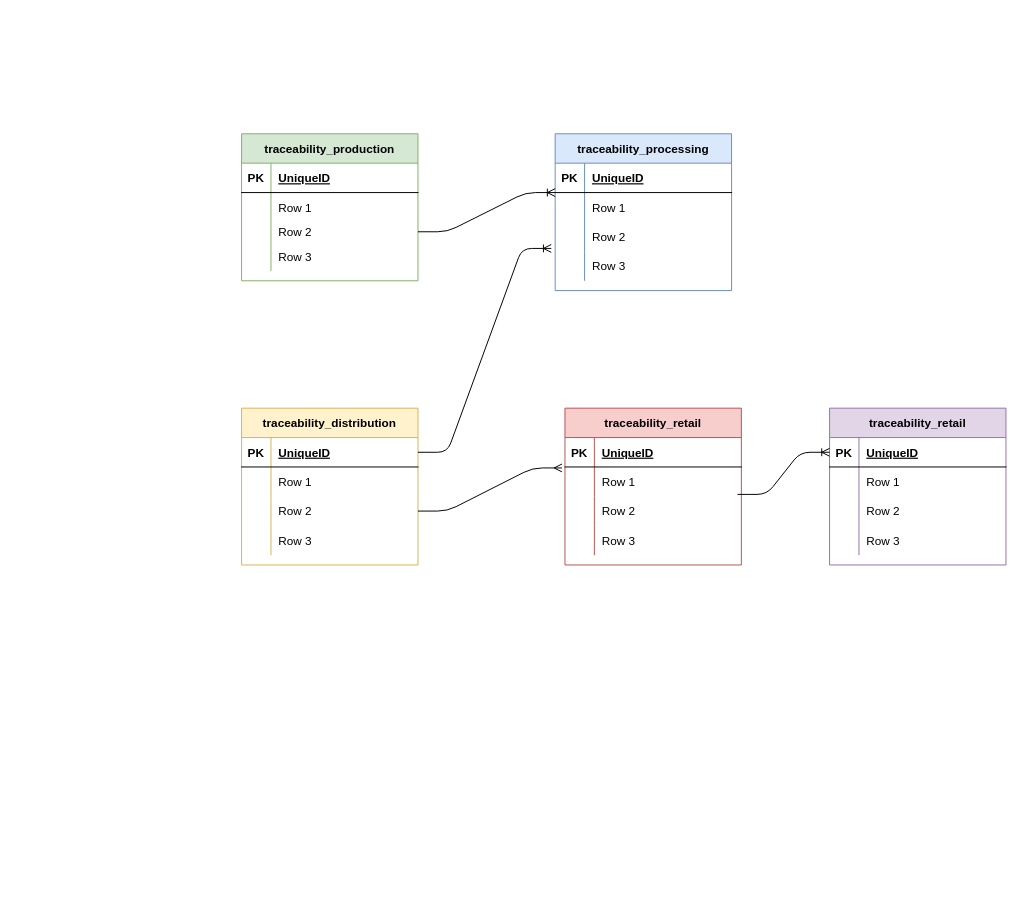
Above: page "Database" (4 of 4) of 801_toi/logo.drawio in letrthong/uhes_visual_programing_iot (draw.io), before the change. Source tidied: cells renumbered, new cells numbered last; positions are measured from the earlier drawing's top-left corner, leaving out a move shared by most shapes. Both pictures are drawn from the tidied source at 98%, with x=0, y=0 at pixel (241, 133).
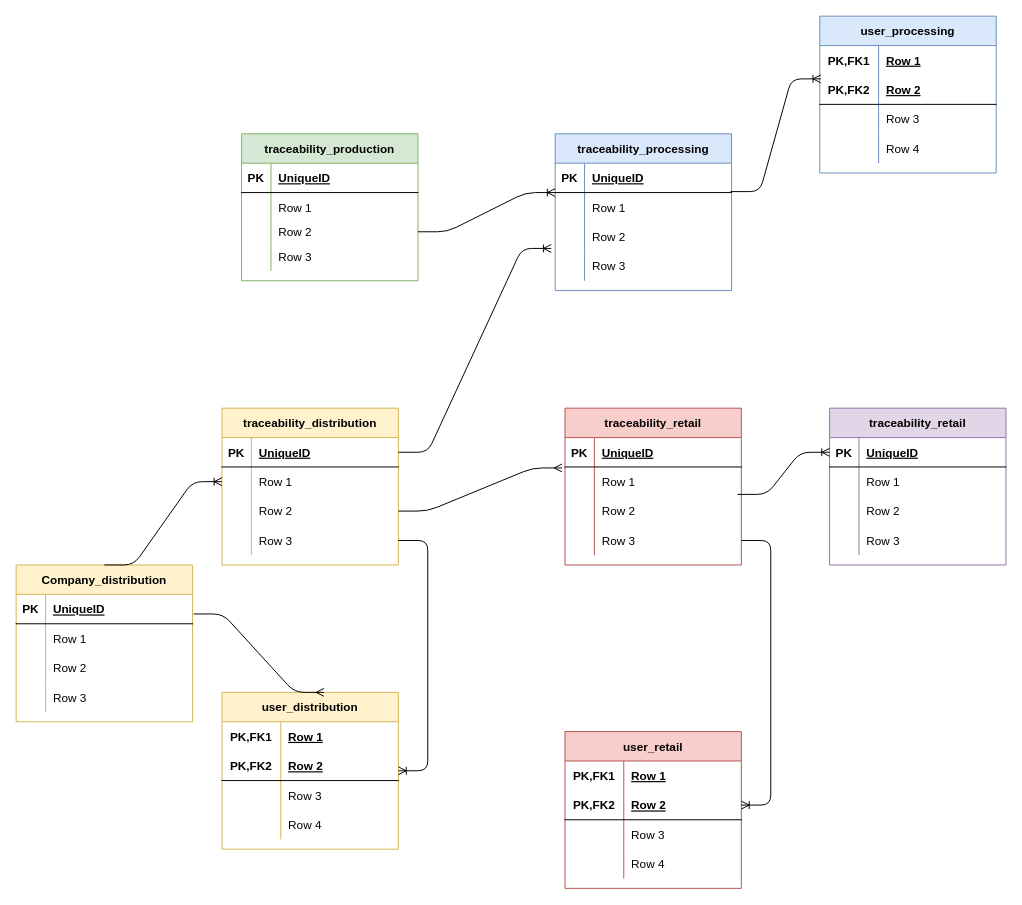
The same diagram, later.

The change refers to these unchanged cells:
```xml
<mxCell id="19" style="shape=partialRectangle;fillColor=none;top=0;left=0;bottom=0;right=0;points=[[0,0.5],[1,0.5]];portConstraint=eastwest;" parent="15" vertex="1">
  <mxGeometry y="60" width="180" height="30" as="geometry" />
</mxCell>
<mxCell id="32" style="shape=partialRectangle;fillColor=none;top=0;left=0;bottom=0;right=0;points=[[0,0.5],[1,0.5]];portConstraint=eastwest;" parent="28" vertex="1">
  <mxGeometry y="60" width="180" height="30" as="geometry" />
</mxCell>
<mxCell id="38" style="shape=partialRectangle;fillColor=none;top=0;left=0;bottom=0;right=0;points=[[0,0.5],[1,0.5]];portConstraint=eastwest;" parent="28" vertex="1">
  <mxGeometry y="120" width="180" height="30" as="geometry" />
</mxCell>
<mxCell id="51" style="shape=partialRectangle;fillColor=none;top=0;left=0;bottom=0;right=0;points=[[0,0.5],[1,0.5]];portConstraint=eastwest;" parent="41" vertex="1">
  <mxGeometry y="120" width="180" height="30" as="geometry" />
</mxCell>
```

Diff of the diagram source:
```diff
@@
     <mxCell id="28" value="traceability_distribution" style="shape=table;startSize=30;childLayout=tableLayout;rowLines=0;fontStyle=1;align=center;fillColor=#fff2cc;strokeColor=#d6b656;" parent="1" vertex="1">
-      <mxGeometry y="280" width="180" height="160" as="geometry" />
+      <mxGeometry x="-20" y="280" width="180" height="160" as="geometry" />
     </mxCell>
@@
+    <mxCell id="71" value="user_processing" style="shape=table;startSize=30;childLayout=tableLayout;rowLines=0;fontStyle=1;align=center;fillColor=#dae8fc;strokeColor=#6c8ebf;" parent="1" vertex="1">
+      <mxGeometry x="590" y="-120" width="180" height="160" as="geometry" />
+    </mxCell>
+    <mxCell id="72" style="shape=partialRectangle;fillColor=none;top=0;left=0;bottom=0;right=0;" parent="71" vertex="1">
+      <mxGeometry y="30" width="180" height="30" as="geometry" />
+    </mxCell>
+    <mxCell id="73" value="PK,FK1" style="shape=partialRectangle;fillColor=none;top=0;left=0;bottom=0;right=0;fontStyle=1;overflow=hidden;" parent="72" vertex="1">
+      <mxGeometry width="60" height="30" as="geometry" />
+    </mxCell>
+    <mxCell id="74" value="Row 1" style="shape=partialRectangle;fillColor=none;top=0;left=0;bottom=0;right=0;align=left;spacingLeft=6;fontStyle=5;overflow=hidden;" parent="72" vertex="1">
+      <mxGeometry x="60" width="120" height="30" as="geometry" />
+    </mxCell>
+    <mxCell id="75" style="shape=partialRectangle;fillColor=none;top=0;left=0;bottom=1;right=0;points=[[0,0.5],[1,0.5]];portConstraint=eastwest;" parent="71" vertex="1">
+      <mxGeometry y="60" width="180" height="30" as="geometry" />
+    </mxCell>
+    <mxCell id="76" value="PK,FK2" style="shape=partialRectangle;fillColor=none;top=0;left=0;bottom=0;right=0;fontStyle=1;overflow=hidden;" parent="75" vertex="1">
+      <mxGeometry width="60" height="30" as="geometry" />
+    </mxCell>
+    <mxCell id="77" value="Row 2" style="shape=partialRectangle;fillColor=none;top=0;left=0;bottom=0;right=0;align=left;spacingLeft=6;fontStyle=5;overflow=hidden;" parent="75" vertex="1">
+      <mxGeometry x="60" width="120" height="30" as="geometry" />
+    </mxCell>
+    <mxCell id="78" style="shape=partialRectangle;fillColor=none;top=0;left=0;bottom=0;right=0;" parent="71" vertex="1">
+      <mxGeometry y="90" width="180" height="30" as="geometry" />
+    </mxCell>
+    <mxCell id="79" style="shape=partialRectangle;fillColor=none;top=0;left=0;bottom=0;right=0;overflow=hidden;" parent="78" vertex="1">
+      <mxGeometry width="60" height="30" as="geometry" />
+    </mxCell>
+    <mxCell id="80" value="Row 3" style="shape=partialRectangle;fillColor=none;top=0;left=0;bottom=0;right=0;align=left;spacingLeft=6;overflow=hidden;" parent="78" vertex="1">
+      <mxGeometry x="60" width="120" height="30" as="geometry" />
+    </mxCell>
+    <mxCell id="81" style="shape=partialRectangle;fillColor=none;top=0;left=0;bottom=0;right=0;" parent="71" vertex="1">
+      <mxGeometry y="120" width="180" height="30" as="geometry" />
+    </mxCell>
+    <mxCell id="82" style="shape=partialRectangle;fillColor=none;top=0;left=0;bottom=0;right=0;overflow=hidden;" parent="81" vertex="1">
+      <mxGeometry width="60" height="30" as="geometry" />
+    </mxCell>
+    <mxCell id="83" value="Row 4" style="shape=partialRectangle;fillColor=none;top=0;left=0;bottom=0;right=0;align=left;spacingLeft=6;overflow=hidden;" parent="81" vertex="1">
+      <mxGeometry x="60" width="120" height="30" as="geometry" />
+    </mxCell>
+    <mxCell id="84" style="edgeStyle=entityRelationEdgeStyle;fontSize=12;html=1;endArrow=ERoneToMany;entryX=0.006;entryY=0.133;entryDx=0;entryDy=0;entryPerimeter=0;exitX=0.994;exitY=-0.033;exitDx=0;exitDy=0;exitPerimeter=0;" parent="1" edge="1" source="19" target="75">
+      <mxGeometry relative="1" as="geometry" />
+    </mxCell>
+    <mxCell id="85" value="user_distribution" style="shape=table;startSize=30;childLayout=tableLayout;rowLines=0;fontStyle=1;align=center;fillColor=#fff2cc;strokeColor=#d6b656;" parent="1" vertex="1">
+      <mxGeometry x="-20" y="570" width="180" height="160" as="geometry" />
+    </mxCell>
+    <mxCell id="86" style="shape=partialRectangle;fillColor=none;top=0;left=0;bottom=0;right=0;" parent="85" vertex="1">
+      <mxGeometry y="30" width="180" height="30" as="geometry" />
+    </mxCell>
+    <mxCell id="87" value="PK,FK1" style="shape=partialRectangle;fillColor=none;top=0;left=0;bottom=0;right=0;fontStyle=1;overflow=hidden;" parent="86" vertex="1">
+      <mxGeometry width="60" height="30" as="geometry" />
+    </mxCell>
+    <mxCell id="88" value="Row 1" style="shape=partialRectangle;fillColor=none;top=0;left=0;bottom=0;right=0;align=left;spacingLeft=6;fontStyle=5;overflow=hidden;" parent="86" vertex="1">
+      <mxGeometry x="60" width="120" height="30" as="geometry" />
+    </mxCell>
+    <mxCell id="89" style="shape=partialRectangle;fillColor=none;top=0;left=0;bottom=1;right=0;" parent="85" vertex="1">
+      <mxGeometry y="60" width="180" height="30" as="geometry" />
+    </mxCell>
+    <mxCell id="90" value="PK,FK2" style="shape=partialRectangle;fillColor=none;top=0;left=0;bottom=0;right=0;fontStyle=1;overflow=hidden;" parent="89" vertex="1">
+      <mxGeometry width="60" height="30" as="geometry" />
+    </mxCell>
+    <mxCell id="91" value="Row 2" style="shape=partialRectangle;fillColor=none;top=0;left=0;bottom=0;right=0;align=left;spacingLeft=6;fontStyle=5;overflow=hidden;" parent="89" vertex="1">
+      <mxGeometry x="60" width="120" height="30" as="geometry" />
+    </mxCell>
+    <mxCell id="92" style="shape=partialRectangle;fillColor=none;top=0;left=0;bottom=0;right=0;" parent="85" vertex="1">
+      <mxGeometry y="90" width="180" height="30" as="geometry" />
+    </mxCell>
+    <mxCell id="93" style="shape=partialRectangle;fillColor=none;top=0;left=0;bottom=0;right=0;overflow=hidden;" parent="92" vertex="1">
+      <mxGeometry width="60" height="30" as="geometry" />
+    </mxCell>
+    <mxCell id="94" value="Row 3" style="shape=partialRectangle;fillColor=none;top=0;left=0;bottom=0;right=0;align=left;spacingLeft=6;overflow=hidden;" parent="92" vertex="1">
+      <mxGeometry x="60" width="120" height="30" as="geometry" />
+    </mxCell>
+    <mxCell id="95" style="shape=partialRectangle;fillColor=none;top=0;left=0;bottom=0;right=0;" parent="85" vertex="1">
+      <mxGeometry y="120" width="180" height="30" as="geometry" />
+    </mxCell>
+    <mxCell id="96" style="shape=partialRectangle;fillColor=none;top=0;left=0;bottom=0;right=0;overflow=hidden;" parent="95" vertex="1">
+      <mxGeometry width="60" height="30" as="geometry" />
+    </mxCell>
+    <mxCell id="97" value="Row 4" style="shape=partialRectangle;fillColor=none;top=0;left=0;bottom=0;right=0;align=left;spacingLeft=6;overflow=hidden;" parent="95" vertex="1">
+      <mxGeometry x="60" width="120" height="30" as="geometry" />
+    </mxCell>
+    <mxCell id="98" style="edgeStyle=entityRelationEdgeStyle;fontSize=12;html=1;endArrow=ERoneToMany;" parent="1" edge="1" source="38" target="85">
+      <mxGeometry relative="1" as="geometry" />
+    </mxCell>
+    <mxCell id="99" value="user_retail" style="shape=table;startSize=30;childLayout=tableLayout;rowLines=0;fontStyle=1;align=center;fillColor=#f8cecc;strokeColor=#b85450;" parent="1" vertex="1">
+      <mxGeometry x="330" y="610" width="180" height="160" as="geometry" />
+    </mxCell>
+    <mxCell id="100" style="shape=partialRectangle;fillColor=none;top=0;left=0;bottom=0;right=0;" parent="99" vertex="1">
+      <mxGeometry y="30" width="180" height="30" as="geometry" />
+    </mxCell>
+    <mxCell id="101" value="PK,FK1" style="shape=partialRectangle;fillColor=none;top=0;left=0;bottom=0;right=0;fontStyle=1;overflow=hidden;" parent="100" vertex="1">
+      <mxGeometry width="60" height="30" as="geometry" />
+    </mxCell>
+    <mxCell id="102" value="Row 1" style="shape=partialRectangle;fillColor=none;top=0;left=0;bottom=0;right=0;align=left;spacingLeft=6;fontStyle=5;overflow=hidden;" parent="100" vertex="1">
+      <mxGeometry x="60" width="120" height="30" as="geometry" />
+    </mxCell>
+    <mxCell id="103" style="shape=partialRectangle;fillColor=none;top=0;left=0;bottom=1;right=0;points=[[0,0.5],[1,0.5]];portConstraint=eastwest;" parent="99" vertex="1">
+      <mxGeometry y="60" width="180" height="30" as="geometry" />
+    </mxCell>
+    <mxCell id="104" value="PK,FK2" style="shape=partialRectangle;fillColor=none;top=0;left=0;bottom=0;right=0;fontStyle=1;overflow=hidden;" parent="103" vertex="1">
+      <mxGeometry width="60" height="30" as="geometry" />
+    </mxCell>
+    <mxCell id="105" value="Row 2" style="shape=partialRectangle;fillColor=none;top=0;left=0;bottom=0;right=0;align=left;spacingLeft=6;fontStyle=5;overflow=hidden;" parent="103" vertex="1">
+      <mxGeometry x="60" width="120" height="30" as="geometry" />
+    </mxCell>
+    <mxCell id="106" style="shape=partialRectangle;fillColor=none;top=0;left=0;bottom=0;right=0;" parent="99" vertex="1">
+      <mxGeometry y="90" width="180" height="30" as="geometry" />
+    </mxCell>
+    <mxCell id="107" style="shape=partialRectangle;fillColor=none;top=0;left=0;bottom=0;right=0;overflow=hidden;" parent="106" vertex="1">
+      <mxGeometry width="60" height="30" as="geometry" />
+    </mxCell>
+    <mxCell id="108" value="Row 3" style="shape=partialRectangle;fillColor=none;top=0;left=0;bottom=0;right=0;align=left;spacingLeft=6;overflow=hidden;" parent="106" vertex="1">
+      <mxGeometry x="60" width="120" height="30" as="geometry" />
+    </mxCell>
+    <mxCell id="109" style="shape=partialRectangle;fillColor=none;top=0;left=0;bottom=0;right=0;" parent="99" vertex="1">
+      <mxGeometry y="120" width="180" height="30" as="geometry" />
+    </mxCell>
+    <mxCell id="110" style="shape=partialRectangle;fillColor=none;top=0;left=0;bottom=0;right=0;overflow=hidden;" parent="109" vertex="1">
+      <mxGeometry width="60" height="30" as="geometry" />
+    </mxCell>
+    <mxCell id="111" value="Row 4" style="shape=partialRectangle;fillColor=none;top=0;left=0;bottom=0;right=0;align=left;spacingLeft=6;overflow=hidden;" parent="109" vertex="1">
+      <mxGeometry x="60" width="120" height="30" as="geometry" />
+    </mxCell>
+    <mxCell id="112" style="edgeStyle=entityRelationEdgeStyle;fontSize=12;html=1;endArrow=ERoneToMany;exitX=1;exitY=0.5;exitDx=0;exitDy=0;" parent="1" edge="1" source="51" target="103">
+      <mxGeometry relative="1" as="geometry" />
+    </mxCell>
+    <mxCell id="113" value="Company_distribution" style="shape=table;startSize=30;childLayout=tableLayout;rowLines=0;fontStyle=1;align=center;fillColor=#fff2cc;strokeColor=#d6b656;" parent="1" vertex="1">
+      <mxGeometry x="-230" y="440" width="180" height="160" as="geometry" />
+    </mxCell>
+    <mxCell id="114" style="shape=partialRectangle;fillColor=none;top=0;left=0;bottom=1;right=0;" parent="113" vertex="1">
+      <mxGeometry y="30" width="180" height="30" as="geometry" />
+    </mxCell>
+    <mxCell id="115" value="PK" style="shape=partialRectangle;fillColor=none;top=0;left=0;bottom=0;right=0;fontStyle=1;overflow=hidden;" parent="114" vertex="1">
+      <mxGeometry width="30" height="30" as="geometry" />
+    </mxCell>
+    <mxCell id="116" value="UniqueID" style="shape=partialRectangle;fillColor=none;top=0;left=0;bottom=0;right=0;align=left;spacingLeft=6;fontStyle=5;overflow=hidden;" parent="114" vertex="1">
+      <mxGeometry x="30" width="150" height="30" as="geometry" />
+    </mxCell>
+    <mxCell id="117" style="shape=partialRectangle;fillColor=none;top=0;left=0;bottom=0;right=0;" parent="113" vertex="1">
+      <mxGeometry y="60" width="180" height="30" as="geometry" />
+    </mxCell>
+    <mxCell id="118" style="shape=partialRectangle;fillColor=none;top=0;left=0;bottom=0;right=0;overflow=hidden;" parent="117" vertex="1">
+      <mxGeometry width="30" height="30" as="geometry" />
+    </mxCell>
+    <mxCell id="119" value="Row 1" style="shape=partialRectangle;fillColor=none;top=0;left=0;bottom=0;right=0;align=left;spacingLeft=6;overflow=hidden;" parent="117" vertex="1">
+      <mxGeometry x="30" width="150" height="30" as="geometry" />
+    </mxCell>
+    <mxCell id="120" style="shape=partialRectangle;fillColor=none;top=0;left=0;bottom=0;right=0;" parent="113" vertex="1">
+      <mxGeometry y="90" width="180" height="30" as="geometry" />
+    </mxCell>
+    <mxCell id="121" style="shape=partialRectangle;fillColor=none;top=0;left=0;bottom=0;right=0;overflow=hidden;" parent="120" vertex="1">
+      <mxGeometry width="30" height="30" as="geometry" />
+    </mxCell>
+    <mxCell id="122" value="Row 2" style="shape=partialRectangle;fillColor=none;top=0;left=0;bottom=0;right=0;align=left;spacingLeft=6;overflow=hidden;" parent="120" vertex="1">
+      <mxGeometry x="30" width="150" height="30" as="geometry" />
+    </mxCell>
+    <mxCell id="123" style="shape=partialRectangle;fillColor=none;top=0;left=0;bottom=0;right=0;" parent="113" vertex="1">
+      <mxGeometry y="120" width="180" height="30" as="geometry" />
+    </mxCell>
+    <mxCell id="124" style="shape=partialRectangle;fillColor=none;top=0;left=0;bottom=0;right=0;overflow=hidden;" parent="123" vertex="1">
+      <mxGeometry width="30" height="30" as="geometry" />
+    </mxCell>
+    <mxCell id="125" value="Row 3" style="shape=partialRectangle;fillColor=none;top=0;left=0;bottom=0;right=0;align=left;spacingLeft=6;overflow=hidden;" parent="123" vertex="1">
+      <mxGeometry x="30" width="150" height="30" as="geometry" />
+    </mxCell>
+    <mxCell id="126" style="edgeStyle=entityRelationEdgeStyle;fontSize=12;html=1;endArrow=ERoneToMany;exitX=0.5;exitY=0;exitDx=0;exitDy=0;entryX=0;entryY=0.5;entryDx=0;entryDy=0;" parent="1" edge="1" source="113" target="32">
+      <mxGeometry relative="1" as="geometry" />
+    </mxCell>
+    <mxCell id="127" style="edgeStyle=entityRelationEdgeStyle;fontSize=12;html=1;endArrow=ERmany;entryX=0.578;entryY=0;entryDx=0;entryDy=0;entryPerimeter=0;" parent="1" edge="1" target="85">
+      <mxGeometry relative="1" as="geometry">
+        <mxPoint x="-49" y="490" as="sourcePoint" />
+      </mxGeometry>
+    </mxCell>
```
